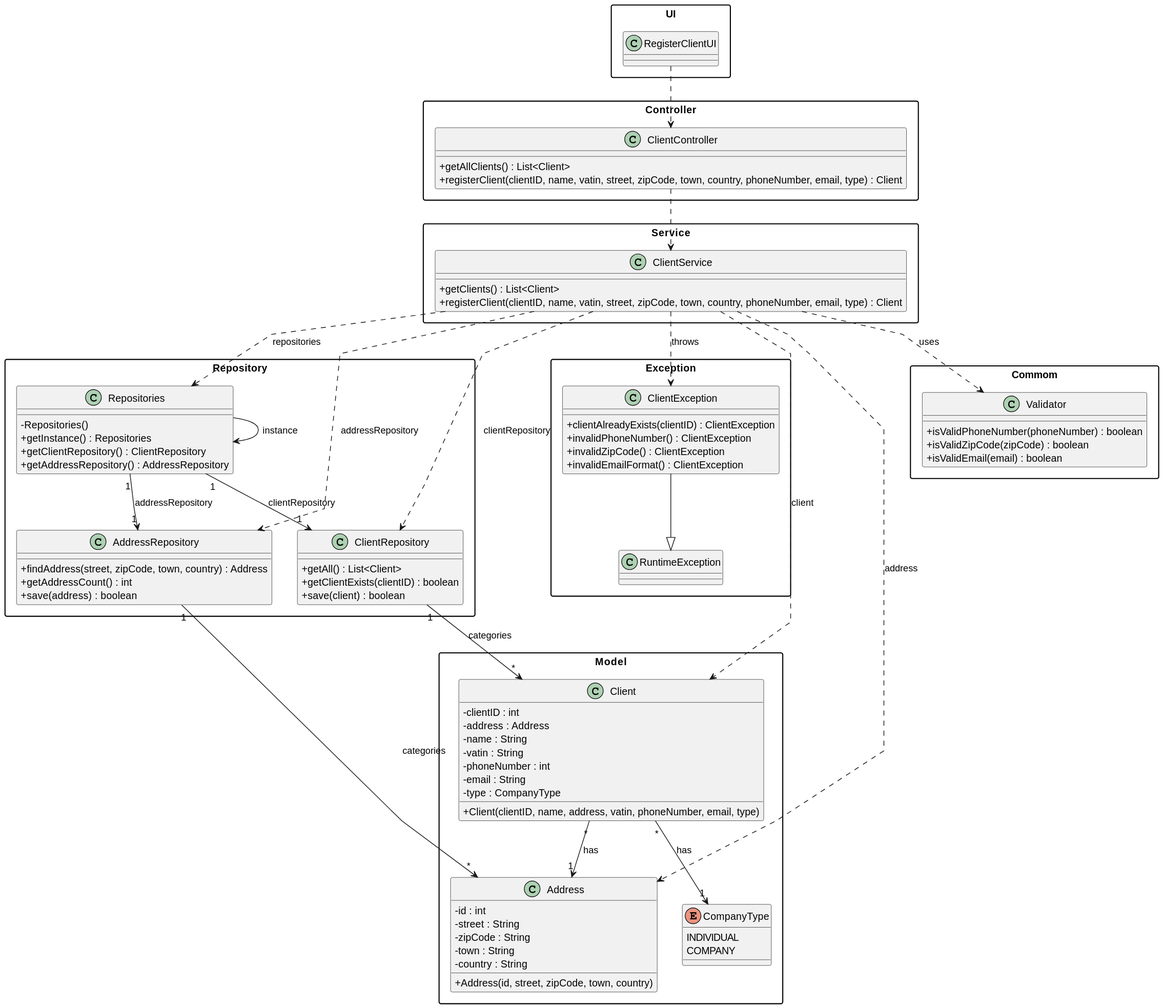
daniel41silva05/Production_Control_Industrial_ISEP keeps this PlantUML diagram as documentation/user-stories/us001/03.design/svg/us001-class-diagram.svg. Above is the earlier version.
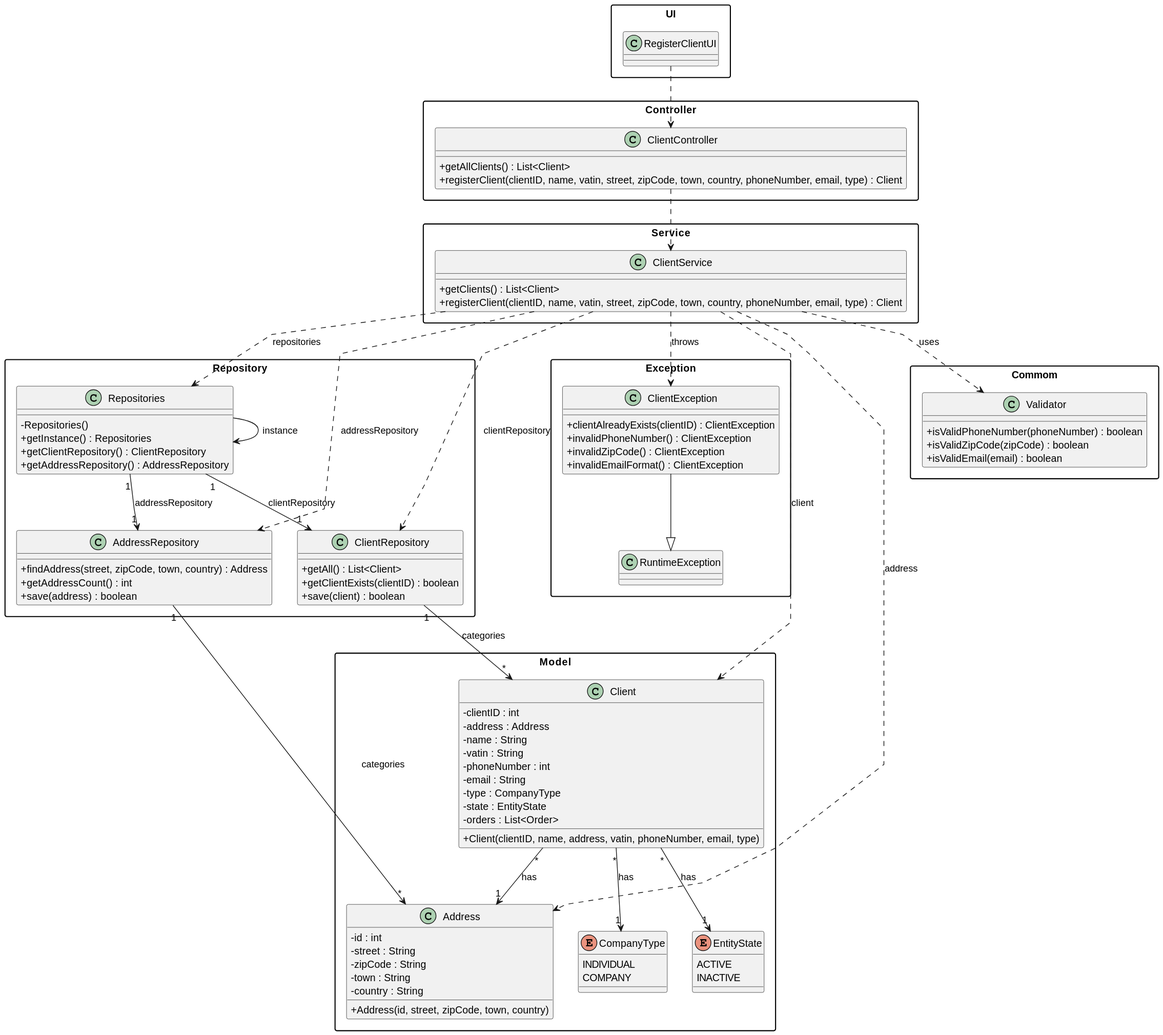
After the change.

Diff of the diagram source:
```diff
@@ -53,6 +53,8 @@
         -phoneNumber : int
         -email : String
         -type : CompanyType
+        -state : EntityState
+        -orders : List<Order>
         +Client(clientID, name, address, vatin, phoneNumber, email, type)
     }
 
@@ -68,6 +70,11 @@
     enum CompanyType {
         INDIVIDUAL
         COMPANY
+    }
+
+    enum EntityState {
+        ACTIVE
+        INACTIVE
     }
 }
 
@@ -105,6 +112,7 @@
 AddressRepository "1" --> "*" Address : categories
 Client "*" --> "1" Address : has
 Client "*" --> "1" CompanyType : has
+Client "*" --> "1" EntityState : has
 ClientService ..> ClientException : throws
 ClientException --|> RuntimeException
 ClientService ..> Validator : uses
```
